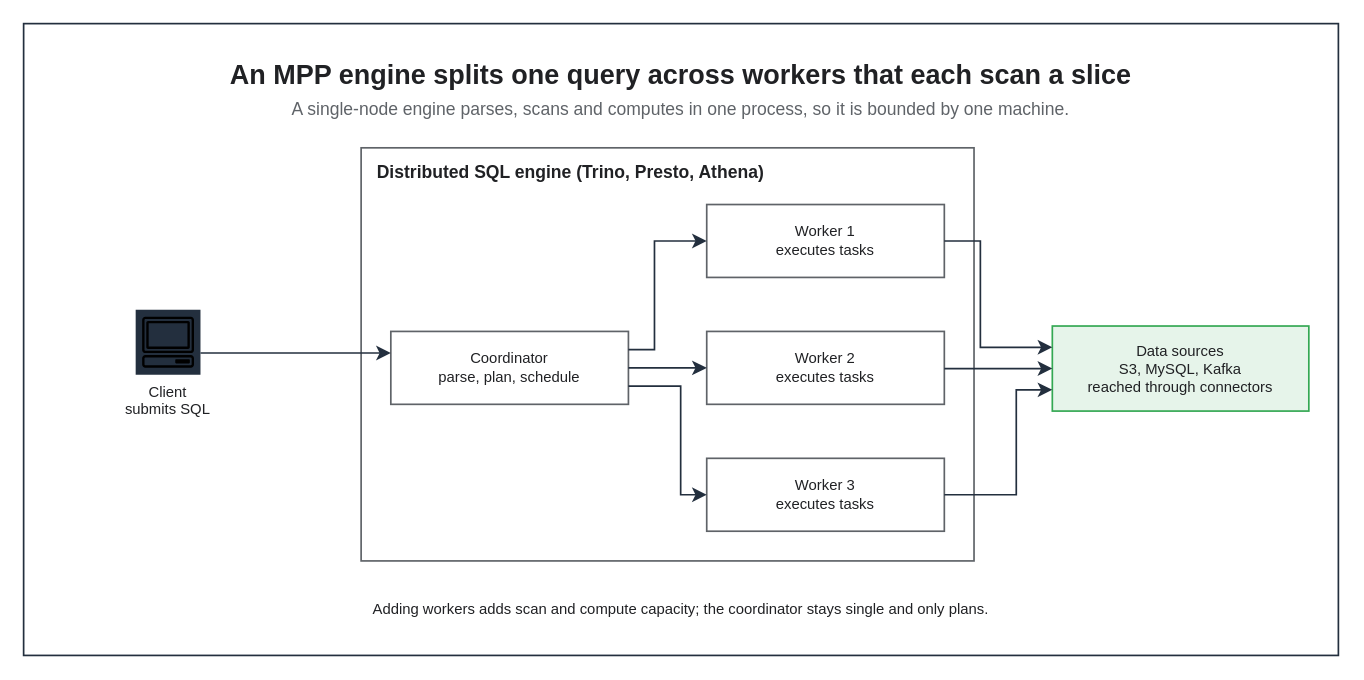
The draw.io diagram assets/img/aws/analytics-stack-03-distributed-sql-mpp.drawio in KKamJi98/kkamji98.github.io, before the edit. Source tidied: cells renumbered, new cells numbered last; positions are measured from the earlier drawing's top-left corner, leaving out a move shared by most shapes. Both pictures are drawn from the tidied source at 135%, with x=0, y=0 at pixel (23, 23).
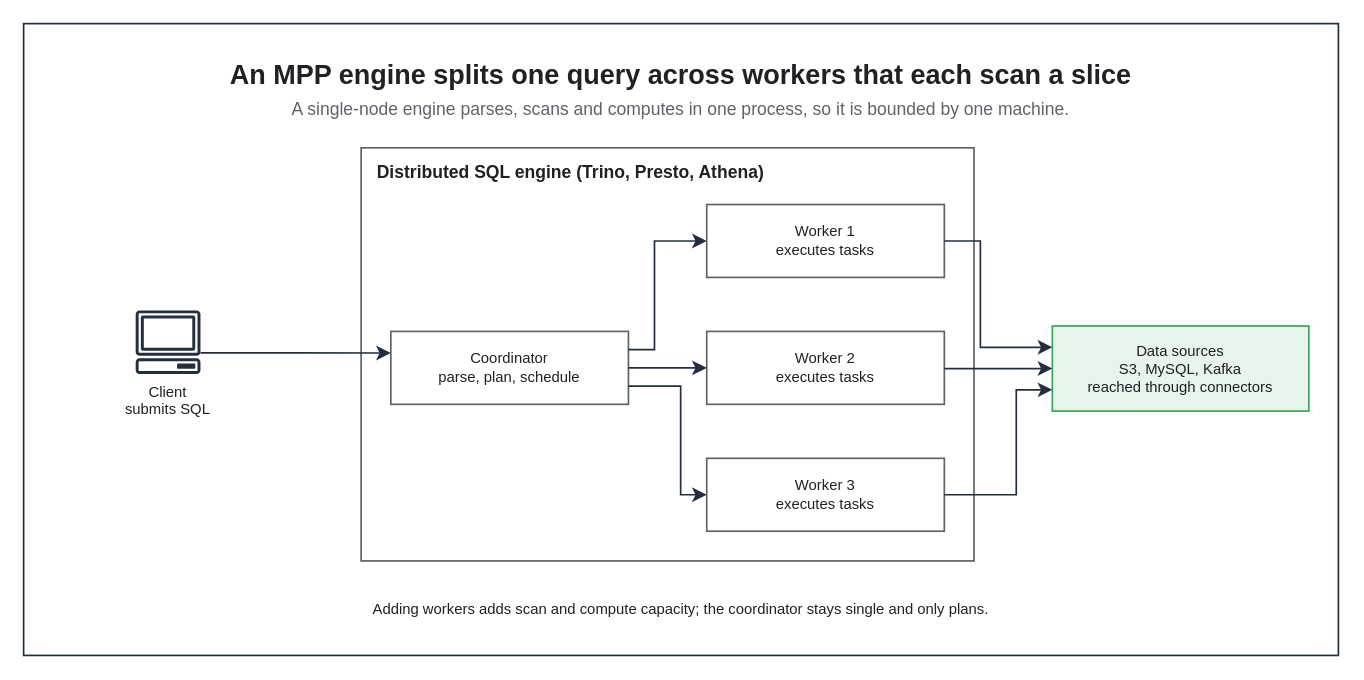
Above is the later version.

The edit, as a diff of the source:
```diff
@@
-    <mxCell id="6" value="Client&#10;submits SQL" style="sketch=0;outlineConnect=0;gradientColor=none;html=0;whiteSpace=nowrap;fontSize=11;fontStyle=0;fontColor=#202124;verticalLabelPosition=bottom;verticalAlign=top;align=center;labelBackgroundColor=none;fillColor=#232F3E;strokeColor=none;dashed=0;shape=mxgraph.aws4.resourceIcon;resIcon=mxgraph.aws4.client;" parent="1" vertex="1">
+    <mxCell id="6" value="Client&#10;submits SQL" style="sketch=0;outlineConnect=0;gradientColor=none;html=0;whiteSpace=nowrap;fontSize=11;fontStyle=0;fontColor=#202124;verticalLabelPosition=bottom;verticalAlign=top;align=center;labelBackgroundColor=none;fillColor=#232F3E;strokeColor=none;dashed=0;shape=mxgraph.aws4.client;" parent="1" vertex="1">
       <mxGeometry x="83" y="212" width="48" height="48" as="geometry" />
     </mxCell>
```
